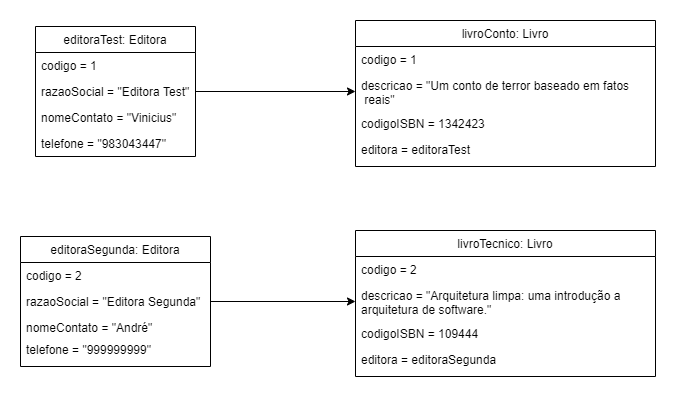
The draw.io diagram orientacao-objetos-2021-2/Trabalho aula 3/Diagrama de objetos.png in viniciusfinger/computer-science-unilasalle, before a commit. Source tidied: cells renumbered, new cells last; positions are measured from the earlier drawing's top-left corner, leaving out a move shared by most shapes. Source of this version:
```xml
<mxGraphModel>
  <root>
    <mxCell id="0" />
    <mxCell id="1" parent="0" />
    <mxCell id="2" value="editoraTest: Editora" style="swimlane;fontStyle=0;align=center;verticalAlign=top;horizontal=1;startSize=26;rounded=0;shadow=0;strokeWidth=1;" parent="1" vertex="1">
      <mxGeometry x="15" y="6" width="160" height="130" as="geometry" />
    </mxCell>
    <mxCell id="3" value="codigo = 1" style="text;align=left;verticalAlign=top;spacingLeft=4;spacingRight=4;overflow=hidden;" parent="2" vertex="1">
      <mxGeometry y="26" width="160" height="26" as="geometry" />
    </mxCell>
    <mxCell id="4" value="razaoSocial = &quot;Editora Test&quot;" style="text;align=left;verticalAlign=top;spacingLeft=4;spacingRight=4;overflow=hidden;points=[[0,0.5],[1,0.5]];portConstraint=eastwest;rounded=0;shadow=0;html=0;" parent="2" vertex="1">
      <mxGeometry y="52" width="160" height="26" as="geometry" />
    </mxCell>
    <mxCell id="5" value="nomeContato = &quot;Vinicius&quot;" style="text;align=left;verticalAlign=top;spacingLeft=4;spacingRight=4;overflow=hidden;rounded=0;shadow=0;html=0;" parent="2" vertex="1">
      <mxGeometry y="78" width="160" height="26" as="geometry" />
    </mxCell>
    <mxCell id="6" value="telefone = &quot;983043447&quot;" style="text;align=left;verticalAlign=top;spacingLeft=4;spacingRight=4;overflow=hidden;rounded=0;shadow=0;html=0;" parent="2" vertex="1">
      <mxGeometry y="104" width="160" height="26" as="geometry" />
    </mxCell>
    <mxCell id="7" value="editoraSegunda: Editora" style="swimlane;fontStyle=0;align=center;verticalAlign=top;horizontal=1;startSize=26;rounded=0;shadow=0;strokeWidth=1;" parent="1" vertex="1">
      <mxGeometry y="216" width="190" height="130" as="geometry" />
    </mxCell>
    <mxCell id="8" value="codigo = 2" style="text;align=left;verticalAlign=top;spacingLeft=4;spacingRight=4;overflow=hidden;" parent="7" vertex="1">
      <mxGeometry y="26" width="190" height="26" as="geometry" />
    </mxCell>
    <mxCell id="9" value="razaoSocial = &quot;Editora Segunda&quot;" style="text;align=left;verticalAlign=top;spacingLeft=4;spacingRight=4;overflow=hidden;points=[[0,0.5],[1,0.5]];portConstraint=eastwest;rounded=0;shadow=0;html=0;" parent="7" vertex="1">
      <mxGeometry y="52" width="190" height="26" as="geometry" />
    </mxCell>
    <mxCell id="10" value="nomeContato = &quot;André&quot;" style="text;align=left;verticalAlign=top;spacingLeft=4;spacingRight=4;overflow=hidden;rounded=0;shadow=0;html=0;" parent="7" vertex="1">
      <mxGeometry y="78" width="190" height="22" as="geometry" />
    </mxCell>
    <mxCell id="11" value="telefone = &quot;999999999&quot;" style="text;align=left;verticalAlign=top;spacingLeft=4;spacingRight=4;overflow=hidden;rounded=0;shadow=0;html=0;" parent="7" vertex="1">
      <mxGeometry y="100" width="190" height="26" as="geometry" />
    </mxCell>
    <mxCell id="12" value="livroConto: Livro" style="swimlane;fontStyle=0;align=center;verticalAlign=top;horizontal=1;startSize=26;rounded=0;shadow=0;strokeWidth=1;" parent="1" vertex="1">
      <mxGeometry x="335" width="300" height="146" as="geometry" />
    </mxCell>
    <mxCell id="13" value="codigo = 1" style="text;align=left;verticalAlign=top;spacingLeft=4;spacingRight=4;overflow=hidden;" parent="12" vertex="1">
      <mxGeometry y="26" width="300" height="26" as="geometry" />
    </mxCell>
    <mxCell id="14" value="descricao = &quot;Um conto de terror baseado em fatos&#10; reais&quot;" style="text;align=left;verticalAlign=top;spacingLeft=4;spacingRight=4;overflow=hidden;points=[[0,0.5],[1,0.5]];portConstraint=eastwest;rounded=0;shadow=0;html=0;" parent="12" vertex="1">
      <mxGeometry y="52" width="300" height="38" as="geometry" />
    </mxCell>
    <mxCell id="15" value="codigoISBN = 1342423" style="text;align=left;verticalAlign=top;spacingLeft=4;spacingRight=4;overflow=hidden;rounded=0;shadow=0;html=0;" parent="12" vertex="1">
      <mxGeometry y="90" width="300" height="26" as="geometry" />
    </mxCell>
    <mxCell id="16" value="editora = editoraTest" style="text;align=left;verticalAlign=top;spacingLeft=4;spacingRight=4;overflow=hidden;rounded=0;shadow=0;html=0;" parent="12" vertex="1">
      <mxGeometry y="116" width="300" height="26" as="geometry" />
    </mxCell>
    <mxCell id="17" style="edgeStyle=orthogonalEdgeStyle;rounded=0;jettySize=auto;html=1;exitX=1;exitY=0.5;exitDx=0;exitDy=0;entryX=0;entryY=0.5;entryDx=0;entryDy=0;" parent="1" edge="1" source="4" target="14">
      <mxGeometry relative="1" as="geometry" />
    </mxCell>
    <mxCell id="18" value="livroTecnico: Livro" style="swimlane;fontStyle=0;align=center;verticalAlign=top;horizontal=1;startSize=26;rounded=0;shadow=0;strokeWidth=1;" parent="1" vertex="1">
      <mxGeometry x="335" y="210" width="300" height="146" as="geometry" />
    </mxCell>
    <mxCell id="19" value="codigo = 2" style="text;align=left;verticalAlign=top;spacingLeft=4;spacingRight=4;overflow=hidden;" parent="18" vertex="1">
      <mxGeometry y="26" width="300" height="26" as="geometry" />
    </mxCell>
    <mxCell id="20" value="descricao = &quot;Arquitetura limpa: uma introdução a &#10;arquitetura de software.&quot;" style="text;align=left;verticalAlign=top;spacingLeft=4;spacingRight=4;overflow=hidden;points=[[0,0.5],[1,0.5]];portConstraint=eastwest;rounded=0;shadow=0;html=0;" parent="18" vertex="1">
      <mxGeometry y="52" width="300" height="38" as="geometry" />
    </mxCell>
    <mxCell id="21" value="codigoISBN = 109444" style="text;align=left;verticalAlign=top;spacingLeft=4;spacingRight=4;overflow=hidden;rounded=0;shadow=0;html=0;" parent="18" vertex="1">
      <mxGeometry y="90" width="300" height="26" as="geometry" />
    </mxCell>
    <mxCell id="22" value="editora = editoraSegunda" style="text;align=left;verticalAlign=top;spacingLeft=4;spacingRight=4;overflow=hidden;rounded=0;shadow=0;html=0;" parent="18" vertex="1">
      <mxGeometry y="116" width="300" height="26" as="geometry" />
    </mxCell>
    <mxCell id="23" style="edgeStyle=orthogonalEdgeStyle;rounded=0;jettySize=auto;html=1;entryX=0;entryY=0.5;entryDx=0;entryDy=0;" parent="1" edge="1" source="9" target="20">
      <mxGeometry relative="1" as="geometry" />
    </mxCell>
  </root>
</mxGraphModel>
```
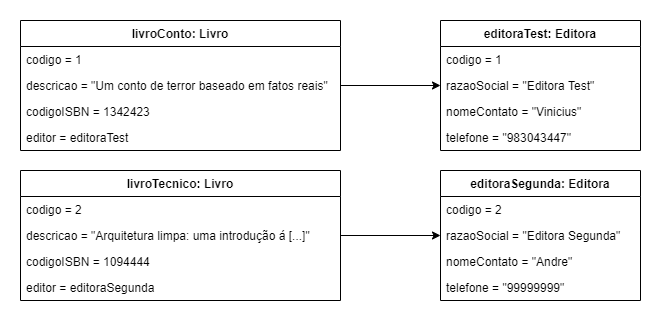
The same diagram one commit later.

Commit message:
alteração nas relações nos diagramas

Change to the diagram source:
```diff
@@ -2,71 +2,71 @@
   <root>
     <mxCell id="0" />
     <mxCell id="1" parent="0" />
-    <mxCell id="2" value="editoraTest: Editora" style="swimlane;fontStyle=0;align=center;verticalAlign=top;horizontal=1;startSize=26;rounded=0;shadow=0;strokeWidth=1;" parent="1" vertex="1">
-      <mxGeometry x="15" y="6" width="160" height="130" as="geometry" />
+    <mxCell id="2" value="livroConto: Livro" style="swimlane;fontStyle=1;align=center;verticalAlign=top;horizontal=1;startSize=26;rounded=0;shadow=0;strokeWidth=1;" parent="1" vertex="1">
+      <mxGeometry x="-115" y="6" width="320" height="130" as="geometry" />
     </mxCell>
     <mxCell id="3" value="codigo = 1" style="text;align=left;verticalAlign=top;spacingLeft=4;spacingRight=4;overflow=hidden;" parent="2" vertex="1">
-      <mxGeometry y="26" width="160" height="26" as="geometry" />
+      <mxGeometry y="26" width="320" height="26" as="geometry" />
     </mxCell>
+    <mxCell id="14" value="descricao = &quot;Um conto de terror baseado em fatos reais&quot;" style="text;align=left;verticalAlign=top;spacingLeft=4;spacingRight=4;overflow=hidden;points=[[0,0.5],[1,0.5]];portConstraint=eastwest;" parent="2" vertex="1">
+      <mxGeometry y="52" width="320" height="26" as="geometry" />
+    </mxCell>
+    <mxCell id="5" value="codigoISBN = 1342423" style="text;align=left;verticalAlign=top;spacingLeft=4;spacingRight=4;overflow=hidden;rounded=0;shadow=0;html=0;" parent="2" vertex="1">
+      <mxGeometry y="78" width="320" height="26" as="geometry" />
+    </mxCell>
+    <mxCell id="24" value="editor = editoraTest" style="text;align=left;verticalAlign=top;spacingLeft=4;spacingRight=4;overflow=hidden;rounded=0;shadow=0;html=0;" parent="2" vertex="1">
+      <mxGeometry y="104" width="320" height="26" as="geometry" />
+    </mxCell>
+    <mxCell id="25" value="editoraTest: Editora" style="swimlane;fontStyle=1;align=center;verticalAlign=top;horizontal=1;startSize=26;rounded=0;shadow=0;strokeWidth=1;" parent="1" vertex="1">
+      <mxGeometry x="305" y="6" width="200" height="130" as="geometry" />
+    </mxCell>
+    <mxCell id="13" value="codigo = 1" style="text;align=left;verticalAlign=top;spacingLeft=4;spacingRight=4;overflow=hidden;" parent="25" vertex="1">
+      <mxGeometry y="26" width="200" height="26" as="geometry" />
+    </mxCell>
-    <mxCell id="4" value="razaoSocial = &quot;Editora Test&quot;" style="text;align=left;verticalAlign=top;spacingLeft=4;spacingRight=4;overflow=hidden;points=[[0,0.5],[1,0.5]];portConstraint=eastwest;rounded=0;shadow=0;html=0;" parent="2" vertex="1">
-      <mxGeometry y="52" width="160" height="26" as="geometry" />
+    <mxCell id="4" value="razaoSocial = &quot;Editora Test&quot;" style="text;align=left;verticalAlign=top;spacingLeft=4;spacingRight=4;overflow=hidden;points=[[0,0.5],[1,0.5]];portConstraint=eastwest;" parent="25" vertex="1">
+      <mxGeometry y="52" width="200" height="26" as="geometry" />
     </mxCell>
-    <mxCell id="5" value="nomeContato = &quot;Vinicius&quot;" style="text;align=left;verticalAlign=top;spacingLeft=4;spacingRight=4;overflow=hidden;rounded=0;shadow=0;html=0;" parent="2" vertex="1">
-      <mxGeometry y="78" width="160" height="26" as="geometry" />
-    </mxCell>
+    <mxCell id="26" value="nomeContato = &quot;Vinicius&quot;" style="text;align=left;verticalAlign=top;spacingLeft=4;spacingRight=4;overflow=hidden;rounded=0;shadow=0;html=0;" parent="25" vertex="1">
+      <mxGeometry y="78" width="200" height="26" as="geometry" />
+    </mxCell>
-    <mxCell id="6" value="telefone = &quot;983043447&quot;" style="text;align=left;verticalAlign=top;spacingLeft=4;spacingRight=4;overflow=hidden;rounded=0;shadow=0;html=0;" parent="2" vertex="1">
-      <mxGeometry y="104" width="160" height="26" as="geometry" />
+    <mxCell id="6" value="telefone = &quot;983043447&quot;" style="text;align=left;verticalAlign=top;spacingLeft=4;spacingRight=4;overflow=hidden;rounded=0;shadow=0;html=0;" parent="25" vertex="1">
+      <mxGeometry y="104" width="200" height="26" as="geometry" />
     </mxCell>
+    <mxCell id="27" style="edgeStyle=orthogonalEdgeStyle;rounded=0;jettySize=auto;html=1;" parent="1" edge="1" source="14" target="4">
+      <mxGeometry relative="1" as="geometry" />
+    </mxCell>
+    <mxCell id="18" value="livroTecnico: Livro" style="swimlane;fontStyle=1;align=center;verticalAlign=top;horizontal=1;startSize=26;rounded=0;shadow=0;strokeWidth=1;" parent="1" vertex="1">
+      <mxGeometry x="-115" y="156" width="320" height="130" as="geometry" />
+    </mxCell>
+    <mxCell id="28" value="codigo = 2" style="text;align=left;verticalAlign=top;spacingLeft=4;spacingRight=4;overflow=hidden;" parent="18" vertex="1">
+      <mxGeometry y="26" width="320" height="26" as="geometry" />
+    </mxCell>
+    <mxCell id="29" value="descricao = &quot;Arquitetura limpa: uma introdução á [...]&quot;" style="text;align=left;verticalAlign=top;spacingLeft=4;spacingRight=4;overflow=hidden;points=[[0,0.5],[1,0.5]];portConstraint=eastwest;" parent="18" vertex="1">
+      <mxGeometry y="52" width="320" height="26" as="geometry" />
+    </mxCell>
+    <mxCell id="30" value="codigoISBN = 1094444" style="text;align=left;verticalAlign=top;spacingLeft=4;spacingRight=4;overflow=hidden;rounded=0;shadow=0;html=0;" parent="18" vertex="1">
+      <mxGeometry y="78" width="320" height="26" as="geometry" />
+    </mxCell>
+    <mxCell id="31" value="editor = editoraSegunda" style="text;align=left;verticalAlign=top;spacingLeft=4;spacingRight=4;overflow=hidden;rounded=0;shadow=0;html=0;" parent="18" vertex="1">
+      <mxGeometry y="104" width="320" height="26" as="geometry" />
+    </mxCell>
-    <mxCell id="7" value="editoraSegunda: Editora" style="swimlane;fontStyle=0;align=center;verticalAlign=top;horizontal=1;startSize=26;rounded=0;shadow=0;strokeWidth=1;" parent="1" vertex="1">
-      <mxGeometry y="216" width="190" height="130" as="geometry" />
+    <mxCell id="7" value="editoraSegunda: Editora" style="swimlane;fontStyle=1;align=center;verticalAlign=top;horizontal=1;startSize=26;rounded=0;shadow=0;strokeWidth=1;" parent="1" vertex="1">
+      <mxGeometry x="305" y="156" width="200" height="130" as="geometry" />
     </mxCell>
-    <mxCell id="8" value="codigo = 2" style="text;align=left;verticalAlign=top;spacingLeft=4;spacingRight=4;overflow=hidden;" parent="7" vertex="1">
-      <mxGeometry y="26" width="190" height="26" as="geometry" />
-    </mxCell>
+    <mxCell id="32" value="codigo = 2" style="text;align=left;verticalAlign=top;spacingLeft=4;spacingRight=4;overflow=hidden;" parent="7" vertex="1">
+      <mxGeometry y="26" width="200" height="26" as="geometry" />
+    </mxCell>
-    <mxCell id="9" value="razaoSocial = &quot;Editora Segunda&quot;" style="text;align=left;verticalAlign=top;spacingLeft=4;spacingRight=4;overflow=hidden;points=[[0,0.5],[1,0.5]];portConstraint=eastwest;rounded=0;shadow=0;html=0;" parent="7" vertex="1">
-      <mxGeometry y="52" width="190" height="26" as="geometry" />
+    <mxCell id="9" value="razaoSocial = &quot;Editora Segunda&quot;" style="text;align=left;verticalAlign=top;spacingLeft=4;spacingRight=4;overflow=hidden;points=[[0,0.5],[1,0.5]];portConstraint=eastwest;" parent="7" vertex="1">
+      <mxGeometry y="52" width="200" height="26" as="geometry" />
     </mxCell>
-    <mxCell id="10" value="nomeContato = &quot;André&quot;" style="text;align=left;verticalAlign=top;spacingLeft=4;spacingRight=4;overflow=hidden;rounded=0;shadow=0;html=0;" parent="7" vertex="1">
-      <mxGeometry y="78" width="190" height="22" as="geometry" />
-    </mxCell>
-    <mxCell id="11" value="telefone = &quot;999999999&quot;" style="text;align=left;verticalAlign=top;spacingLeft=4;spacingRight=4;overflow=hidden;rounded=0;shadow=0;html=0;" parent="7" vertex="1">
-      <mxGeometry y="100" width="190" height="26" as="geometry" />
-    </mxCell>
-    <mxCell id="12" value="livroConto: Livro" style="swimlane;fontStyle=0;align=center;verticalAlign=top;horizontal=1;startSize=26;rounded=0;shadow=0;strokeWidth=1;" parent="1" vertex="1">
-      <mxGeometry x="335" width="300" height="146" as="geometry" />
-    </mxCell>
-    <mxCell id="13" value="codigo = 1" style="text;align=left;verticalAlign=top;spacingLeft=4;spacingRight=4;overflow=hidden;" parent="12" vertex="1">
-      <mxGeometry y="26" width="300" height="26" as="geometry" />
-    </mxCell>
-    <mxCell id="14" value="descricao = &quot;Um conto de terror baseado em fatos&#10; reais&quot;" style="text;align=left;verticalAlign=top;spacingLeft=4;spacingRight=4;overflow=hidden;points=[[0,0.5],[1,0.5]];portConstraint=eastwest;rounded=0;shadow=0;html=0;" parent="12" vertex="1">
-      <mxGeometry y="52" width="300" height="38" as="geometry" />
-    </mxCell>
-    <mxCell id="15" value="codigoISBN = 1342423" style="text;align=left;verticalAlign=top;spacingLeft=4;spacingRight=4;overflow=hidden;rounded=0;shadow=0;html=0;" parent="12" vertex="1">
-      <mxGeometry y="90" width="300" height="26" as="geometry" />
-    </mxCell>
-    <mxCell id="16" value="editora = editoraTest" style="text;align=left;verticalAlign=top;spacingLeft=4;spacingRight=4;overflow=hidden;rounded=0;shadow=0;html=0;" parent="12" vertex="1">
-      <mxGeometry y="116" width="300" height="26" as="geometry" />
-    </mxCell>
-    <mxCell id="17" style="edgeStyle=orthogonalEdgeStyle;rounded=0;jettySize=auto;html=1;exitX=1;exitY=0.5;exitDx=0;exitDy=0;entryX=0;entryY=0.5;entryDx=0;entryDy=0;" parent="1" edge="1" source="4" target="14">
-      <mxGeometry relative="1" as="geometry" />
-    </mxCell>
-    <mxCell id="18" value="livroTecnico: Livro" style="swimlane;fontStyle=0;align=center;verticalAlign=top;horizontal=1;startSize=26;rounded=0;shadow=0;strokeWidth=1;" parent="1" vertex="1">
-      <mxGeometry x="335" y="210" width="300" height="146" as="geometry" />
-    </mxCell>
-    <mxCell id="19" value="codigo = 2" style="text;align=left;verticalAlign=top;spacingLeft=4;spacingRight=4;overflow=hidden;" parent="18" vertex="1">
-      <mxGeometry y="26" width="300" height="26" as="geometry" />
-    </mxCell>
-    <mxCell id="20" value="descricao = &quot;Arquitetura limpa: uma introdução a &#10;arquitetura de software.&quot;" style="text;align=left;verticalAlign=top;spacingLeft=4;spacingRight=4;overflow=hidden;points=[[0,0.5],[1,0.5]];portConstraint=eastwest;rounded=0;shadow=0;html=0;" parent="18" vertex="1">
-      <mxGeometry y="52" width="300" height="38" as="geometry" />
-    </mxCell>
-    <mxCell id="21" value="codigoISBN = 109444" style="text;align=left;verticalAlign=top;spacingLeft=4;spacingRight=4;overflow=hidden;rounded=0;shadow=0;html=0;" parent="18" vertex="1">
-      <mxGeometry y="90" width="300" height="26" as="geometry" />
-    </mxCell>
-    <mxCell id="22" value="editora = editoraSegunda" style="text;align=left;verticalAlign=top;spacingLeft=4;spacingRight=4;overflow=hidden;rounded=0;shadow=0;html=0;" parent="18" vertex="1">
-      <mxGeometry y="116" width="300" height="26" as="geometry" />
-    </mxCell>
-    <mxCell id="23" style="edgeStyle=orthogonalEdgeStyle;rounded=0;jettySize=auto;html=1;entryX=0;entryY=0.5;entryDx=0;entryDy=0;" parent="1" edge="1" source="9" target="20">
-      <mxGeometry relative="1" as="geometry" />
-    </mxCell>
+    <mxCell id="33" value="nomeContato = &quot;Andre&quot;" style="text;align=left;verticalAlign=top;spacingLeft=4;spacingRight=4;overflow=hidden;rounded=0;shadow=0;html=0;" parent="7" vertex="1">
+      <mxGeometry y="78" width="200" height="26" as="geometry" />
+    </mxCell>
+    <mxCell id="34" value="telefone = &quot;99999999&quot;" style="text;align=left;verticalAlign=top;spacingLeft=4;spacingRight=4;overflow=hidden;rounded=0;shadow=0;html=0;" parent="7" vertex="1">
+      <mxGeometry y="104" width="200" height="26" as="geometry" />
+    </mxCell>
+    <mxCell id="35" style="edgeStyle=orthogonalEdgeStyle;rounded=0;jettySize=auto;html=1;" parent="1" edge="1" source="29" target="9">
+      <mxGeometry relative="1" as="geometry" />
+    </mxCell>
   </root>
 </mxGraphModel>
```
